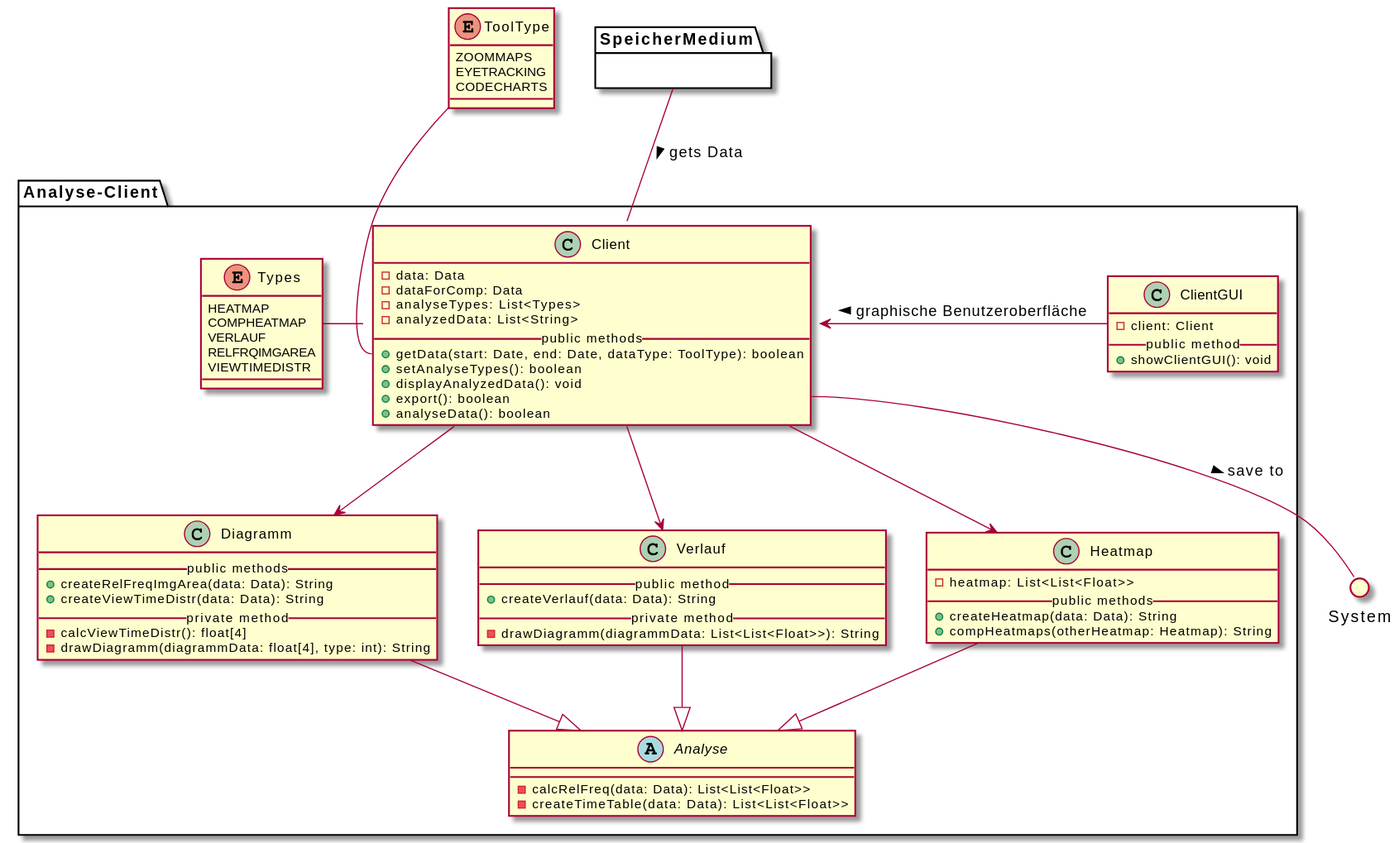
This is meilenstein_03/uml-analyse-client/analyseclient.svg from weichware10/meilensteine, a PlantUML export, as it was before one commit.
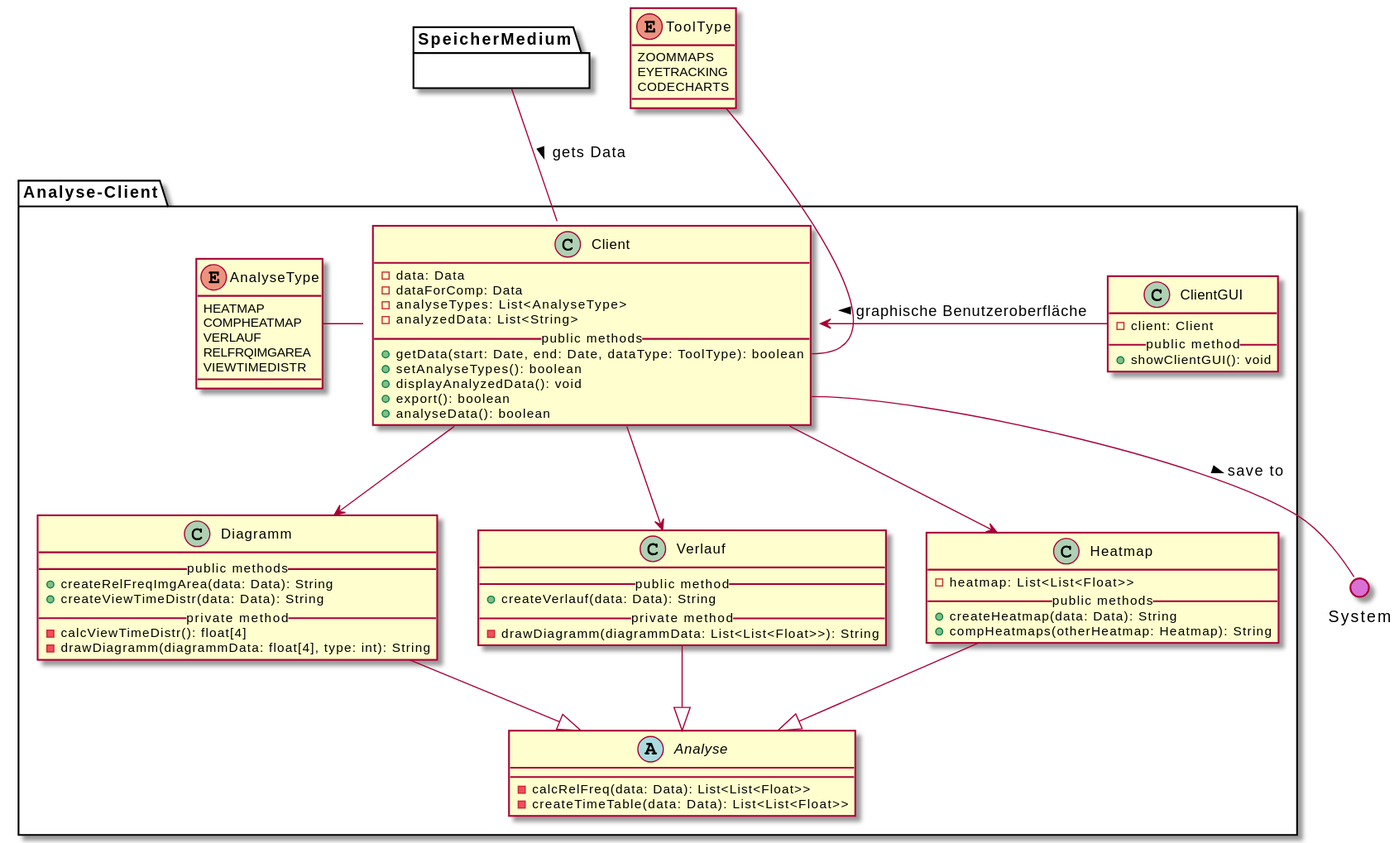
After the change.

Commit message:
Render PlantUML SVGs

The edit, as a diff of the source:
```diff
@@ -4,7 +4,7 @@
   class Client {
     - data: Data
     - dataForComp: Data
-    - analyseTypes: List<Types>
+    - analyseTypes: List<AnalyseType>
     - analyzedData: List<String>
     __public methods__
     + getData(start: Date, end: Date, dataType: ToolType): boolean
@@ -42,7 +42,7 @@
     - drawDiagramm(diagrammData: float[4], type: int): String
   }
 
-  enum Types {
+  enum AnalyseType {
     HEATMAP
     COMPHEATMAP
     VERLAUF
@@ -63,10 +63,9 @@
   Client -d-> Heatmap
   Client -d-> Verlauf
   Client -d-> Diagramm
-  Client -l- Types
+  Client -l- AnalyseType
   Client <-r- ClientGUI : < graphische Benutzeroberfläche
 
-  Client -u- SpeicherMedium : < gets Data
 }
 
 enum ToolType {
@@ -77,8 +76,9 @@
 
 package SpeicherMedium {}
 
-() System
+() System #DA70D5
 
 Client::getData -u- ToolType
 Client::export -- System: > save to
+Client -u- SpeicherMedium : < gets Data
 @enduml
```
